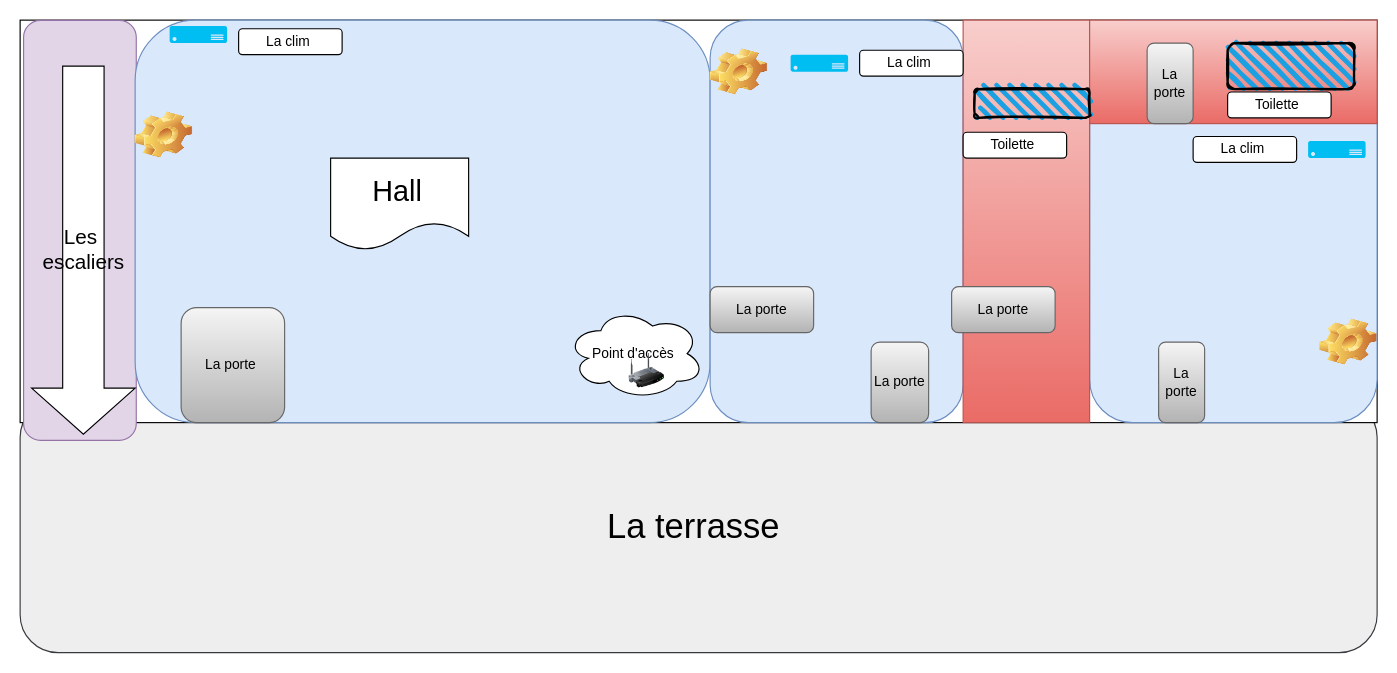
Earlier version of the draw.io diagram Diagramme sans nom.drawio (DevepProd/0x00-Fix_My_Code_Challenge). Source tidied: cells renumbered, new cells numbered last; positions are measured from the earlier drawing's top-left corner, leaving out a move shared by most shapes. Both pictures are drawn from the tidied source at 115%, with x=0, y=0 at pixel (-131, 20).
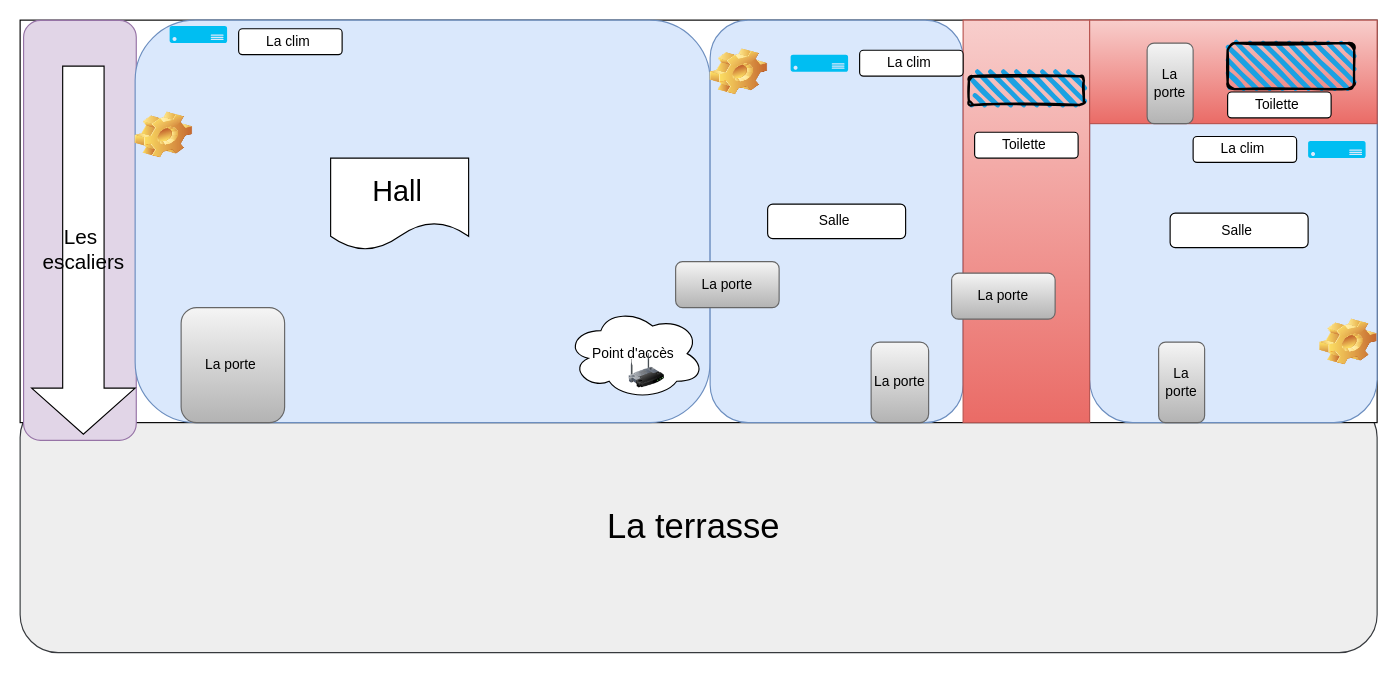
After the change.

Commit message (it also covers changes not shown here):
Mettre à jour Diagramme sans nom.drawio

What changed in the source:
```diff
@@
     <mxCell id="12" value="La porte" style="rounded=1;whiteSpace=wrap;html=1;fillColor=#f5f5f5;gradientColor=#b3b3b3;strokeColor=#666666;" parent="1" vertex="1">
-      <mxGeometry x="731" y="231.8" width="90" height="40" as="geometry" />
+      <mxGeometry x="701" y="210" width="90" height="40" as="geometry" />
     </mxCell>
@@
     <mxCell id="14" value="La porte" style="rounded=1;whiteSpace=wrap;html=1;fillColor=#f5f5f5;gradientColor=#b3b3b3;strokeColor=#666666;" parent="1" vertex="1">
-      <mxGeometry x="941" y="231.8" width="90" height="40" as="geometry" />
+      <mxGeometry x="941" y="220" width="90" height="40" as="geometry" />
     </mxCell>
@@
     <mxCell id="30" style="rounded=1;whiteSpace=wrap;html=1;strokeWidth=2;fillWeight=4;hachureGap=8;hachureAngle=45;fillColor=#1ba1e2;sketch=1;" parent="1" vertex="1">
-      <mxGeometry x="961" y="60" width="100" height="25" as="geometry" />
+      <mxGeometry x="956" y="48.8" width="100" height="25" as="geometry" />
     </mxCell>
     <mxCell id="31" value="Toilette&amp;nbsp;" style="rounded=1;whiteSpace=wrap;html=1;" parent="1" vertex="1">
-      <mxGeometry x="951" y="97.5" width="90" height="22.5" as="geometry" />
+      <mxGeometry x="961" y="97.5" width="90" height="22.5" as="geometry" />
     </mxCell>
@@
+    <mxCell id="33" value="Salle&amp;nbsp;" style="rounded=1;whiteSpace=wrap;html=1;" parent="1" vertex="1">
+      <mxGeometry x="781" y="160" width="120" height="30" as="geometry" />
+    </mxCell>
+    <mxCell id="34" value="Salle&amp;nbsp;" style="rounded=1;whiteSpace=wrap;html=1;" parent="1" vertex="1">
+      <mxGeometry x="1131" y="167.8" width="120" height="30" as="geometry" />
+    </mxCell>
```
